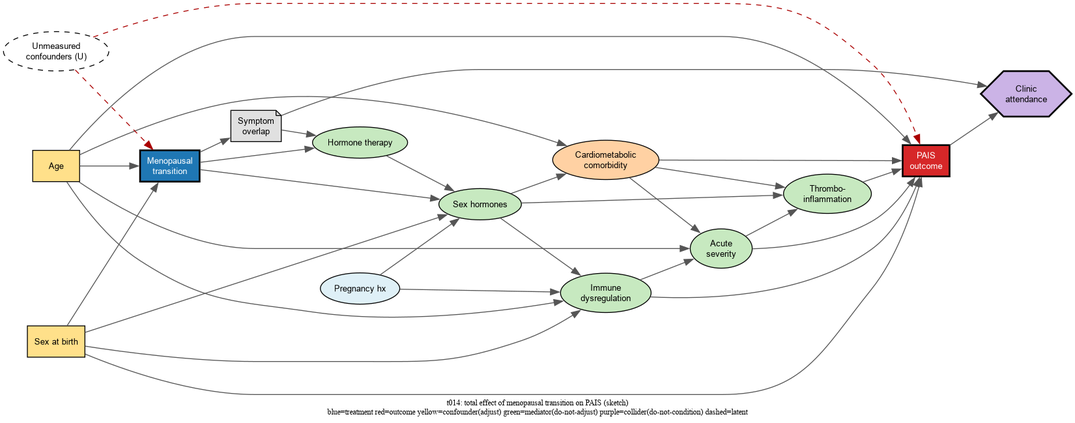
Above: doc/inquiries/assets/menopause-pais-causal-dag.png in khughitt/science-pais (Graphviz), before the change. Its source is kept beside it as doc/inquiries/assets/menopause-pais-causal-dag.dot.
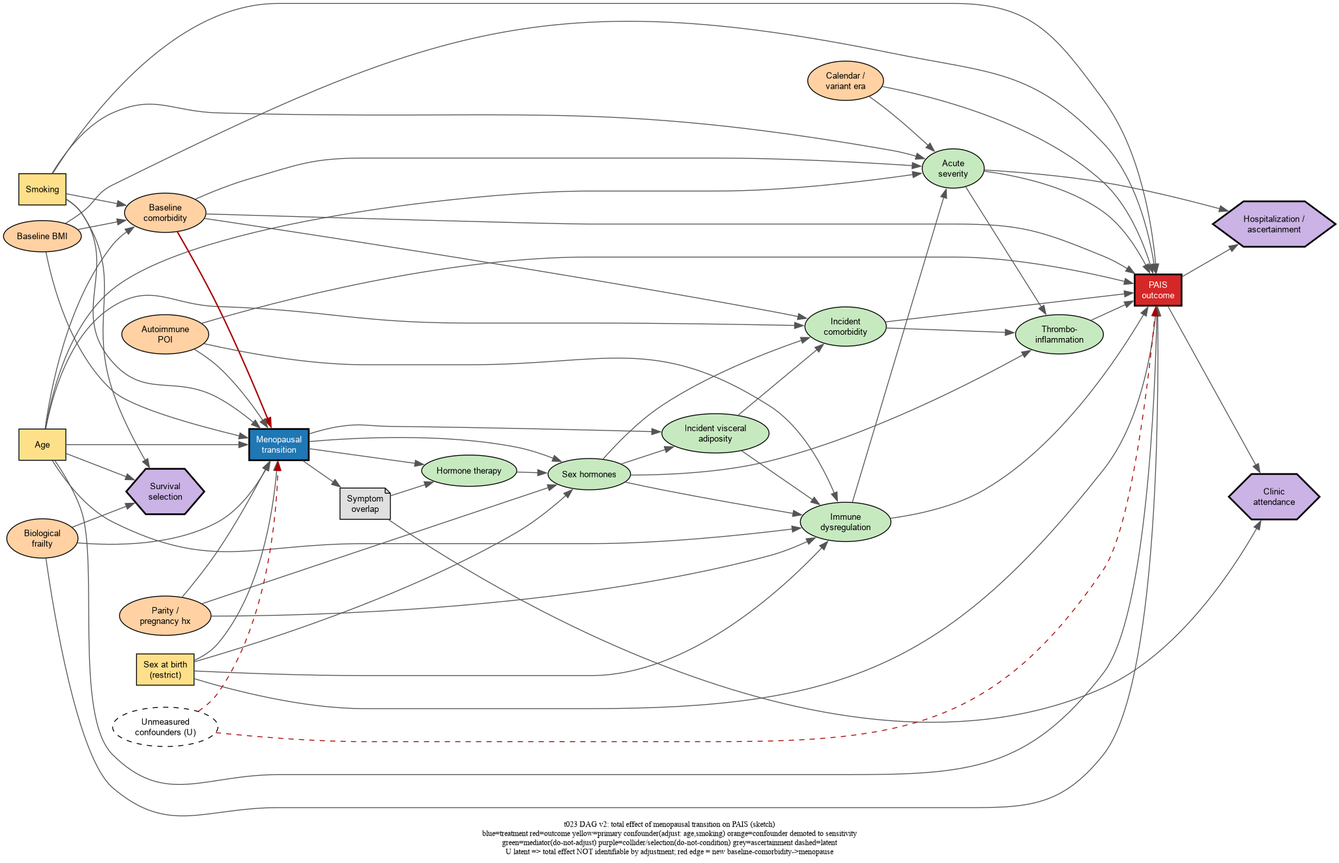
Later version of the same file.

Change to the diagram source:
```diff
@@ -1,61 +1,98 @@
-digraph t014 {
+digraph t023_v2 {
   rankdir=LR;
   node [fontname="Helvetica",fontsize=10];
   edge [color="#555555"];
-  "acute_infection_severity" [label="Acute
-severity",fillcolor="#c7e9c0",style=filled];
-  "cardiometabolic_comorbidity" [label="Cardiometabolic
-comorbidity",fillcolor="#ffd1a3",style=filled];
-  "chronological_age" [label="Age",fillcolor="#ffe08a",style=filled,shape=box];
-  "clinic_attendance" [label="Clinic
-attendance",fillcolor="#cbb3e6",style="filled,bold",shape=hexagon];
+
+  "menopausal_transition" [label="Menopausal\ntransition",fillcolor="#1f77b4",fontcolor=white,style="filled,bold",shape=box];
+  "pais_outcome" [label="PAIS\noutcome",fillcolor="#d62728",fontcolor=white,style="filled,bold",shape=box];
+
+  "age" [label="Age",fillcolor="#ffe08a",style=filled,shape=box];
+  "smoking" [label="Smoking",fillcolor="#ffe08a",style=filled,shape=box];
+  "sex_birth" [label="Sex at birth\n(restrict)",fillcolor="#ffe08a",style=filled,shape=box];
+
+  "baseline_comorbidity" [label="Baseline\ncomorbidity",fillcolor="#ffd1a3",style=filled];
+  "baseline_bmi" [label="Baseline BMI",fillcolor="#ffd1a3",style=filled];
+  "parity" [label="Parity /\npregnancy hx",fillcolor="#ffd1a3",style=filled];
+  "autoimmune_poi" [label="Autoimmune\nPOI",fillcolor="#ffd1a3",style=filled];
+  "frailty" [label="Biological\nfrailty",fillcolor="#ffd1a3",style=filled];
+  "era" [label="Calendar /\nvariant era",fillcolor="#ffd1a3",style=filled];
+
+  "sex_hormones" [label="Sex hormones",fillcolor="#c7e9c0",style=filled];
   "hormone_therapy" [label="Hormone therapy",fillcolor="#c7e9c0",style=filled];
-  "immune_dysregulation" [label="Immune
-dysregulation",fillcolor="#c7e9c0",style=filled];
-  "menopausal_transition_reproductive_stage" [label="Menopausal
-transition",fillcolor="#1f77b4",fontcolor=white,style="filled,bold",shape=box];
-  "menopause_pais_symptom_overlap" [label="Symptom
-overlap",fillcolor="#e0e0e0",style=filled,shape=note];
-  "pais_outcome" [label="PAIS
-outcome",fillcolor="#d62728",fontcolor=white,style="filled,bold",shape=box];
-  "pregnancy_history" [label="Pregnancy hx",fillcolor="#dff0f7",style=filled];
-  "sex_assigned_at_birth" [label="Sex at birth",fillcolor="#ffe08a",style=filled,shape=box];
-  "sex_hormone_levels" [label="Sex hormones",fillcolor="#c7e9c0",style=filled];
-  "thromboinflammation_and_endothelial_dysfunction" [label="Thrombo-
-inflammation",fillcolor="#c7e9c0",style=filled];
-  "unmeasured_shared_confounders" [label="Unmeasured
-confounders (U)",fillcolor=white,style="filled,dashed",shape=ellipse];
-  "chronological_age" -> "menopausal_transition_reproductive_stage" ;
-  "chronological_age" -> "cardiometabolic_comorbidity" ;
-  "chronological_age" -> "immune_dysregulation" ;
-  "chronological_age" -> "acute_infection_severity" ;
-  "chronological_age" -> "pais_outcome" ;
-  "sex_assigned_at_birth" -> "menopausal_transition_reproductive_stage" ;
-  "sex_assigned_at_birth" -> "sex_hormone_levels" ;
-  "sex_assigned_at_birth" -> "immune_dysregulation" ;
-  "sex_assigned_at_birth" -> "pais_outcome" ;
-  "menopausal_transition_reproductive_stage" -> "sex_hormone_levels" ;
-  "menopausal_transition_reproductive_stage" -> "hormone_therapy" ;
-  "menopausal_transition_reproductive_stage" -> "menopause_pais_symptom_overlap" ;
-  "sex_hormone_levels" -> "immune_dysregulation" ;
-  "sex_hormone_levels" -> "thromboinflammation_and_endothelial_dysfunction" ;
-  "sex_hormone_levels" -> "cardiometabolic_comorbidity" ;
-  "hormone_therapy" -> "sex_hormone_levels" ;
-  "menopause_pais_symptom_overlap" -> "hormone_therapy" ;
-  "pregnancy_history" -> "sex_hormone_levels" ;
-  "pregnancy_history" -> "immune_dysregulation" ;
-  "cardiometabolic_comorbidity" -> "thromboinflammation_and_endothelial_dysfunction" ;
-  "cardiometabolic_comorbidity" -> "acute_infection_severity" ;
-  "cardiometabolic_comorbidity" -> "pais_outcome" ;
-  "immune_dysregulation" -> "acute_infection_severity" ;
-  "immune_dysregulation" -> "pais_outcome" ;
-  "acute_infection_severity" -> "thromboinflammation_and_endothelial_dysfunction" ;
-  "acute_infection_severity" -> "pais_outcome" ;
-  "thromboinflammation_and_endothelial_dysfunction" -> "pais_outcome" ;
-  "menopause_pais_symptom_overlap" -> "clinic_attendance" ;
-  "pais_outcome" -> "clinic_attendance" ;
-  "unmeasured_shared_confounders" -> "menopausal_transition_reproductive_stage" [style=dashed,color="#aa0000"];
-  "unmeasured_shared_confounders" -> "pais_outcome" [style=dashed,color="#aa0000"];
-  label="t014: total effect of menopausal transition on PAIS (sketch)\nblue=treatment red=outcome yellow=confounder(adjust) green=mediator(do-not-adjust) purple=collider(do-not-condition) dashed=latent";
+  "incident_comorbidity" [label="Incident\ncomorbidity",fillcolor="#c7e9c0",style=filled];
+  "incident_adiposity" [label="Incident visceral\nadiposity",fillcolor="#c7e9c0",style=filled];
+  "immune_dys" [label="Immune\ndysregulation",fillcolor="#c7e9c0",style=filled];
+  "thromboinflammation" [label="Thrombo-\ninflammation",fillcolor="#c7e9c0",style=filled];
+  "acute_severity" [label="Acute\nseverity",fillcolor="#c7e9c0",style=filled];
+
+  "symptom_overlap" [label="Symptom\noverlap",fillcolor="#e0e0e0",style=filled,shape=note];
+
+  "clinic" [label="Clinic\nattendance",fillcolor="#cbb3e6",style="filled,bold",shape=hexagon];
+  "hospital_ascert" [label="Hospitalization /\nascertainment",fillcolor="#cbb3e6",style="filled,bold",shape=hexagon];
+  "survival_selection" [label="Survival\nselection",fillcolor="#cbb3e6",style="filled,bold",shape=hexagon];
+
+  "U" [label="Unmeasured\nconfounders (U)",fillcolor=white,style="filled,dashed",shape=ellipse];
+
+  "age" -> "menopausal_transition" ;
+  "age" -> "baseline_comorbidity" ;
+  "age" -> "incident_comorbidity" ;
+  "age" -> "immune_dys" ;
+  "age" -> "acute_severity" ;
+  "age" -> "pais_outcome" ;
+  "age" -> "survival_selection" ;
+  "smoking" -> "menopausal_transition" ;
+  "smoking" -> "baseline_comorbidity" ;
+  "smoking" -> "acute_severity" ;
+  "smoking" -> "pais_outcome" ;
+  "smoking" -> "survival_selection" ;
+  "sex_birth" -> "menopausal_transition" ;
+  "sex_birth" -> "sex_hormones" ;
+  "sex_birth" -> "immune_dys" ;
+  "sex_birth" -> "pais_outcome" ;
+  "baseline_comorbidity" -> "menopausal_transition" [color="#aa0000",penwidth=1.6] ;
+  "baseline_comorbidity" -> "acute_severity" ;
+  "baseline_comorbidity" -> "pais_outcome" ;
+  "baseline_comorbidity" -> "incident_comorbidity" ;
+  "baseline_bmi" -> "menopausal_transition" ;
+  "baseline_bmi" -> "baseline_comorbidity" ;
+  "baseline_bmi" -> "pais_outcome" ;
+  "parity" -> "menopausal_transition" ;
+  "parity" -> "sex_hormones" ;
+  "parity" -> "immune_dys" ;
+  "autoimmune_poi" -> "menopausal_transition" ;
+  "autoimmune_poi" -> "pais_outcome" ;
+  "autoimmune_poi" -> "immune_dys" ;
+  "frailty" -> "menopausal_transition" ;
+  "frailty" -> "pais_outcome" ;
+  "frailty" -> "survival_selection" ;
+  "era" -> "acute_severity" ;
+  "era" -> "pais_outcome" ;
+  "menopausal_transition" -> "sex_hormones" ;
+  "menopausal_transition" -> "hormone_therapy" ;
+  "menopausal_transition" -> "symptom_overlap" ;
+  "menopausal_transition" -> "incident_adiposity" ;
+  "sex_hormones" -> "immune_dys" ;
+  "sex_hormones" -> "thromboinflammation" ;
+  "sex_hormones" -> "incident_comorbidity" ;
+  "sex_hormones" -> "incident_adiposity" ;
+  "hormone_therapy" -> "sex_hormones" ;
+  "symptom_overlap" -> "hormone_therapy" ;
+  "incident_adiposity" -> "immune_dys" ;
+  "incident_adiposity" -> "incident_comorbidity" ;
+  "incident_comorbidity" -> "thromboinflammation" ;
+  "incident_comorbidity" -> "pais_outcome" ;
+  "immune_dys" -> "acute_severity" ;
+  "immune_dys" -> "pais_outcome" ;
+  "acute_severity" -> "thromboinflammation" ;
+  "acute_severity" -> "pais_outcome" ;
+  "thromboinflammation" -> "pais_outcome" ;
+  "symptom_overlap" -> "clinic" ;
+  "pais_outcome" -> "clinic" ;
+  "acute_severity" -> "hospital_ascert" ;
+  "pais_outcome" -> "hospital_ascert" ;
+  "U" -> "menopausal_transition" [style=dashed,color="#aa0000"];
+  "U" -> "pais_outcome" [style=dashed,color="#aa0000"];
+
+  label="t023 DAG v2: total effect of menopausal transition on PAIS (sketch)\nblue=treatment red=outcome yellow=primary confounder(adjust: age,smoking) orange=confounder demoted to sensitivity\ngreen=mediator(do-not-adjust) purple=collider/selection(do-not-condition) grey=ascertainment dashed=latent\nU latent => total effect NOT identifiable by adjustment; red edge = new baseline-comorbidity->menopause";
   labelloc=b; fontsize=9;
 }
```
